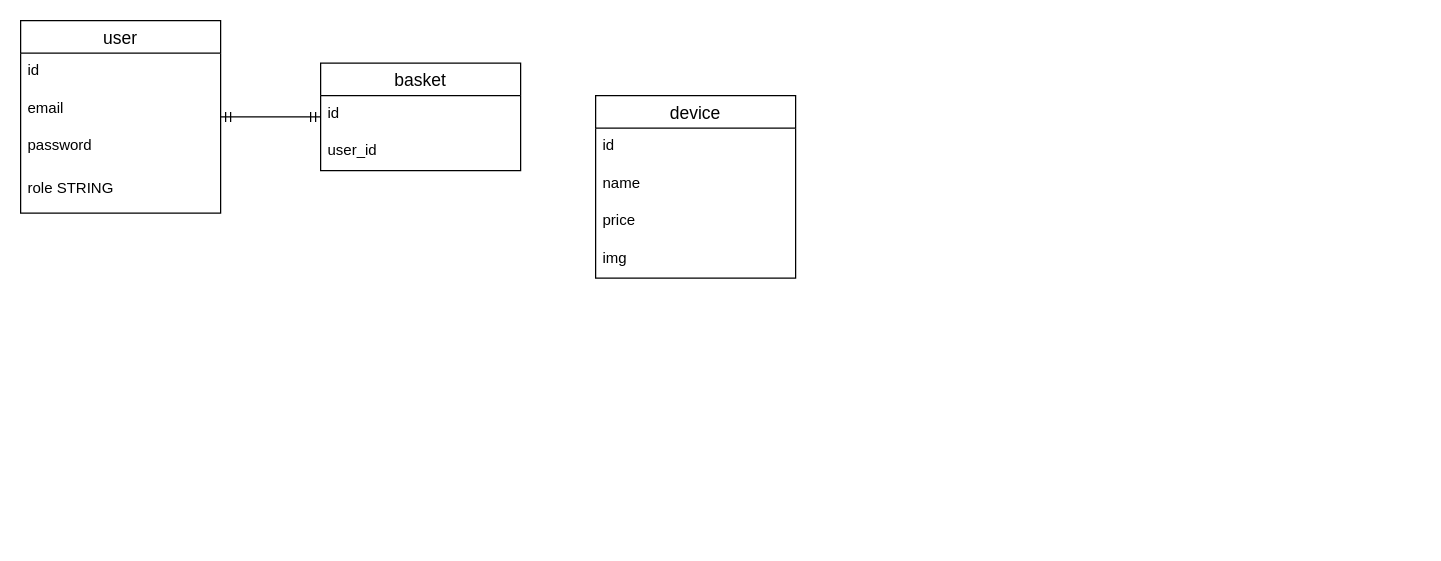
The draw.io diagram DB maket.drawio in BethRBZ/Neuro-5-lab-, before the edit. Source tidied: cells renumbered, new cells numbered last; positions are measured from the earlier drawing's top-left corner, leaving out a move shared by most shapes. Both pictures are drawn from the tidied source at 125%, with x=0, y=0 at pixel (20, 20).
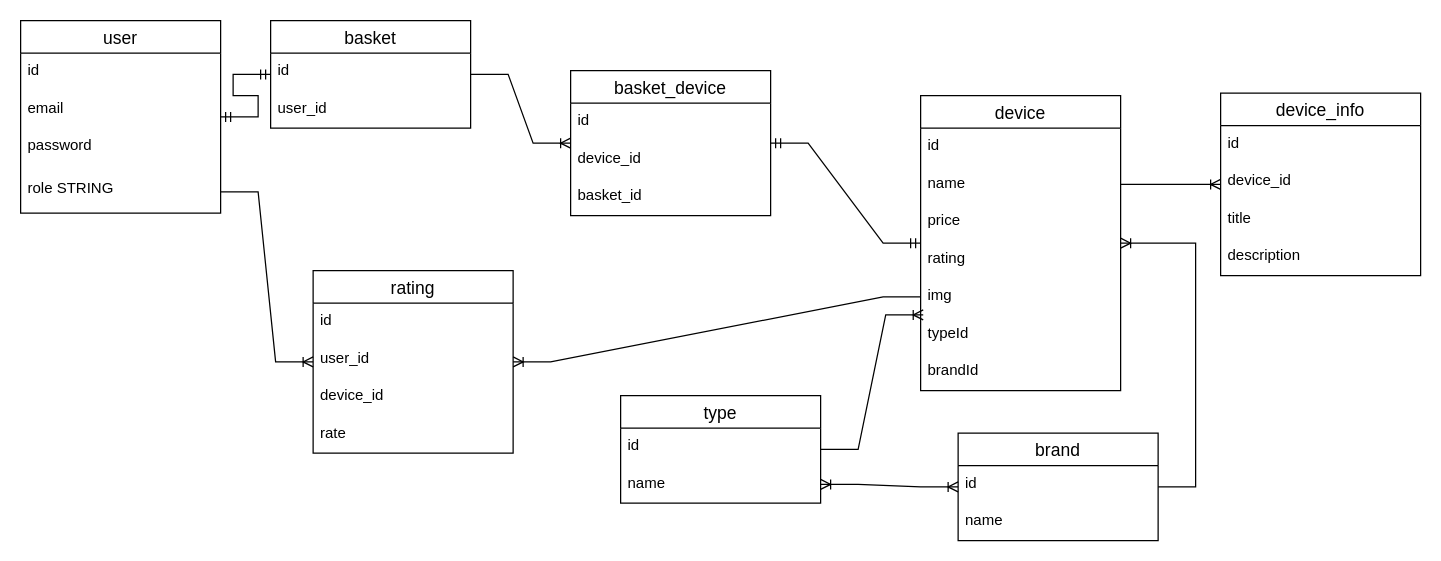
Above is the later version.

Commit message:
End variant

The change refers to these unchanged cells:
```xml
<mxCell id="6" value="role STRING" style="text;strokeColor=none;fillColor=none;spacingLeft=4;spacingRight=4;overflow=hidden;points=[[0,0.5],[1,0.5]];portConstraint=eastwest;fontSize=12;" parent="2" vertex="1">
  <mxGeometry y="120" width="160" height="34" as="geometry" />
</mxCell>
<mxCell id="13" value="name" style="text;strokeColor=none;fillColor=none;spacingLeft=4;spacingRight=4;overflow=hidden;points=[[0,0.5],[1,0.5]];portConstraint=eastwest;fontSize=12;" parent="11" vertex="1">
  <mxGeometry y="56" width="160" height="30" as="geometry" />
</mxCell>
```

Diff of the diagram source:
```diff
@@
     <mxCell id="7" value="basket" style="swimlane;fontStyle=0;horizontal=1;startSize=26;align=center;fontSize=14;" parent="1" vertex="1">
-      <mxGeometry x="240" y="34" width="160" height="86" as="geometry" />
+      <mxGeometry x="200" width="160" height="86" as="geometry" />
     </mxCell>
@@
     <mxCell id="11" value="device" style="swimlane;fontStyle=0;horizontal=1;startSize=26;align=center;fontSize=14;" parent="1" vertex="1">
-      <mxGeometry x="460" y="60" width="160" height="146" as="geometry" />
+      <mxGeometry x="720" y="60" width="160" height="236" as="geometry" />
     </mxCell>
@@
+    <mxCell id="16" value="rating" style="text;strokeColor=none;fillColor=none;spacingLeft=4;spacingRight=4;overflow=hidden;fontSize=12;" parent="11" vertex="1">
+      <mxGeometry y="116" width="160" height="30" as="geometry" />
+    </mxCell>
     <mxCell id="15" value="img" style="text;strokeColor=none;fillColor=none;spacingLeft=4;spacingRight=4;overflow=hidden;points=[[0,0.5],[1,0.5]];portConstraint=eastwest;fontSize=12;" parent="11" vertex="1">
-      <mxGeometry y="116" width="160" height="30" as="geometry" />
+      <mxGeometry y="146" width="160" height="30" as="geometry" />
     </mxCell>
+    <mxCell id="17" value="typeId" style="text;strokeColor=none;fillColor=none;spacingLeft=4;spacingRight=4;overflow=hidden;fontSize=12;" parent="11" vertex="1">
+      <mxGeometry y="176" width="160" height="30" as="geometry" />
+    </mxCell>
+    <mxCell id="18" value="brandId" style="text;strokeColor=none;fillColor=none;spacingLeft=4;spacingRight=4;overflow=hidden;fontSize=12;" parent="11" vertex="1">
+      <mxGeometry y="206" width="160" height="30" as="geometry" />
+    </mxCell>
+    <mxCell id="19" value="type" style="swimlane;fontStyle=0;horizontal=1;startSize=26;align=center;fontSize=14;" parent="1" vertex="1">
+      <mxGeometry x="480" y="300" width="160" height="86" as="geometry" />
+    </mxCell>
+    <mxCell id="20" value="id" style="text;strokeColor=none;fillColor=none;spacingLeft=4;spacingRight=4;overflow=hidden;fontSize=12;" parent="19" vertex="1">
+      <mxGeometry y="26" width="160" height="30" as="geometry" />
+    </mxCell>
+    <mxCell id="21" value="name" style="text;strokeColor=none;fillColor=none;spacingLeft=4;spacingRight=4;overflow=hidden;points=[[0,0.5],[1,0.5]];portConstraint=eastwest;fontSize=12;" parent="19" vertex="1">
+      <mxGeometry y="56" width="160" height="30" as="geometry" />
+    </mxCell>
+    <mxCell id="22" value="brand" style="swimlane;fontStyle=0;horizontal=1;startSize=26;align=center;fontSize=14;" parent="1" vertex="1">
+      <mxGeometry x="750" y="330" width="160" height="86" as="geometry" />
+    </mxCell>
+    <mxCell id="23" value="id" style="text;strokeColor=none;fillColor=none;spacingLeft=4;spacingRight=4;overflow=hidden;fontSize=12;" parent="22" vertex="1">
+      <mxGeometry y="26" width="160" height="30" as="geometry" />
+    </mxCell>
+    <mxCell id="24" value="name" style="text;strokeColor=none;fillColor=none;spacingLeft=4;spacingRight=4;overflow=hidden;fontSize=12;" parent="22" vertex="1">
+      <mxGeometry y="56" width="160" height="30" as="geometry" />
+    </mxCell>
+    <mxCell id="25" style="edgeStyle=entityRelationEdgeStyle;fontSize=12;html=1;endArrow=ERoneToMany;rounded=0;entryX=0.013;entryY=0.98;entryDx=0;entryDy=0;entryPerimeter=0;" parent="1" edge="1" source="19" target="15">
+      <mxGeometry relative="1" as="geometry" />
+    </mxCell>
+    <mxCell id="26" style="edgeStyle=entityRelationEdgeStyle;fontSize=12;html=1;endArrow=ERoneToMany;rounded=0;" parent="1" edge="1" source="22" target="11">
+      <mxGeometry relative="1" as="geometry" />
+    </mxCell>
+    <mxCell id="27" style="edgeStyle=entityRelationEdgeStyle;fontSize=12;html=1;endArrow=ERoneToMany;startArrow=ERoneToMany;rounded=0;exitX=1;exitY=0.5;exitDx=0;exitDy=0;" parent="1" edge="1" source="21" target="22">
+      <mxGeometry relative="1" as="geometry" />
+    </mxCell>
+    <mxCell id="28" value="device_info" style="swimlane;fontStyle=0;horizontal=1;startSize=26;align=center;fontSize=14;" parent="1" vertex="1">
+      <mxGeometry x="960" y="58" width="160" height="146" as="geometry" />
+    </mxCell>
+    <mxCell id="29" value="id" style="text;strokeColor=none;fillColor=none;spacingLeft=4;spacingRight=4;overflow=hidden;fontSize=12;" parent="28" vertex="1">
+      <mxGeometry y="26" width="160" height="30" as="geometry" />
+    </mxCell>
+    <mxCell id="30" value="device_id" style="text;strokeColor=none;fillColor=none;spacingLeft=4;spacingRight=4;overflow=hidden;fontSize=12;" parent="28" vertex="1">
+      <mxGeometry y="56" width="160" height="30" as="geometry" />
+    </mxCell>
+    <mxCell id="31" value="title" style="text;strokeColor=none;fillColor=none;spacingLeft=4;spacingRight=4;overflow=hidden;fontSize=12;" parent="28" vertex="1">
+      <mxGeometry y="86" width="160" height="30" as="geometry" />
+    </mxCell>
+    <mxCell id="32" value="description" style="text;strokeColor=none;fillColor=none;spacingLeft=4;spacingRight=4;overflow=hidden;fontSize=12;" parent="28" vertex="1">
+      <mxGeometry y="116" width="160" height="30" as="geometry" />
+    </mxCell>
+    <mxCell id="33" style="edgeStyle=entityRelationEdgeStyle;fontSize=12;html=1;endArrow=ERoneToMany;rounded=0;exitX=1;exitY=0.5;exitDx=0;exitDy=0;" parent="1" edge="1" source="13" target="28">
+      <mxGeometry relative="1" as="geometry" />
+    </mxCell>
+    <mxCell id="34" value="basket_device" style="swimlane;fontStyle=0;horizontal=1;startSize=26;align=center;fontSize=14;" parent="1" vertex="1">
+      <mxGeometry x="440" y="40" width="160" height="116" as="geometry" />
+    </mxCell>
+    <mxCell id="35" value="id" style="text;strokeColor=none;fillColor=none;spacingLeft=4;spacingRight=4;overflow=hidden;fontSize=12;" parent="34" vertex="1">
+      <mxGeometry y="26" width="160" height="30" as="geometry" />
+    </mxCell>
+    <mxCell id="36" value="device_id" style="text;strokeColor=none;fillColor=none;spacingLeft=4;spacingRight=4;overflow=hidden;fontSize=12;" parent="34" vertex="1">
+      <mxGeometry y="56" width="160" height="30" as="geometry" />
+    </mxCell>
+    <mxCell id="37" value="basket_id" style="text;strokeColor=none;fillColor=none;spacingLeft=4;spacingRight=4;overflow=hidden;fontSize=12;" parent="34" vertex="1">
+      <mxGeometry y="86" width="160" height="30" as="geometry" />
+    </mxCell>
+    <mxCell id="38" style="edgeStyle=entityRelationEdgeStyle;fontSize=12;html=1;endArrow=ERoneToMany;rounded=0;" parent="1" edge="1" source="7" target="34">
+      <mxGeometry relative="1" as="geometry" />
+    </mxCell>
+    <mxCell id="39" style="edgeStyle=entityRelationEdgeStyle;fontSize=12;html=1;endArrow=ERmandOne;startArrow=ERmandOne;rounded=0;" parent="1" edge="1" source="34" target="11">
+      <mxGeometry relative="1" as="geometry" />
+    </mxCell>
+    <mxCell id="40" value="rating" style="swimlane;fontStyle=0;horizontal=1;startSize=26;align=center;fontSize=14;" parent="1" vertex="1">
+      <mxGeometry x="234" y="200" width="160" height="146" as="geometry" />
+    </mxCell>
+    <mxCell id="41" value="id" style="text;strokeColor=none;fillColor=none;spacingLeft=4;spacingRight=4;overflow=hidden;fontSize=12;" parent="40" vertex="1">
+      <mxGeometry y="26" width="160" height="30" as="geometry" />
+    </mxCell>
+    <mxCell id="42" value="user_id" style="text;strokeColor=none;fillColor=none;spacingLeft=4;spacingRight=4;overflow=hidden;fontSize=12;" parent="40" vertex="1">
+      <mxGeometry y="56" width="160" height="30" as="geometry" />
+    </mxCell>
+    <mxCell id="43" value="device_id" style="text;strokeColor=none;fillColor=none;spacingLeft=4;spacingRight=4;overflow=hidden;fontSize=12;" parent="40" vertex="1">
+      <mxGeometry y="86" width="160" height="30" as="geometry" />
+    </mxCell>
+    <mxCell id="44" value="rate" style="text;strokeColor=none;fillColor=none;spacingLeft=4;spacingRight=4;overflow=hidden;fontSize=12;" parent="40" vertex="1">
+      <mxGeometry y="116" width="160" height="30" as="geometry" />
+    </mxCell>
+    <mxCell id="45" style="edgeStyle=entityRelationEdgeStyle;fontSize=12;html=1;endArrow=ERoneToMany;rounded=0;" parent="1" edge="1" source="6" target="40">
+      <mxGeometry relative="1" as="geometry" />
+    </mxCell>
+    <mxCell id="46" style="edgeStyle=entityRelationEdgeStyle;fontSize=12;html=1;endArrow=ERoneToMany;rounded=0;" parent="1" edge="1" source="15" target="40">
+      <mxGeometry relative="1" as="geometry" />
+    </mxCell>
```
